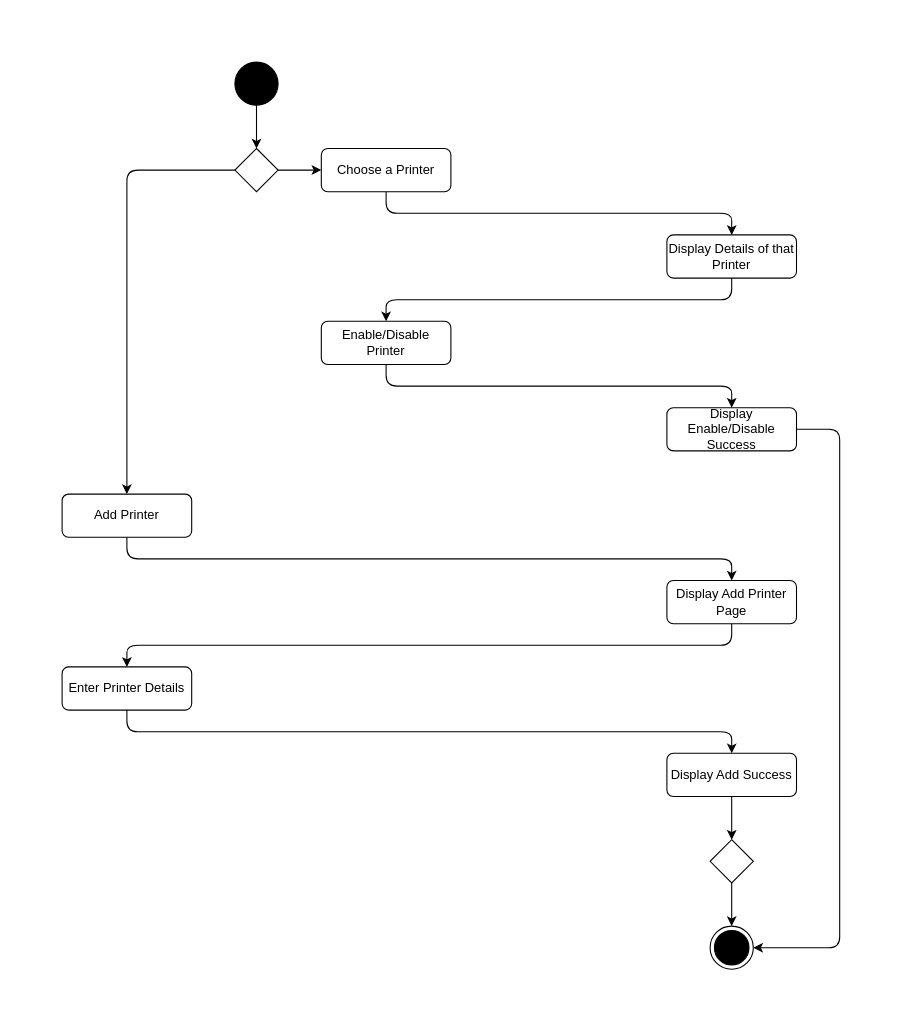
This is page "Printer Manage" (3 of 5) of Diagrams/activity.drawio from TitaniumBull224/se-ssps, a draw.io file, before an edit. Source tidied: cells renumbered, new cells numbered last; positions are measured from the earlier drawing's top-left corner, leaving out a move shared by most shapes. Both pictures are drawn from the tidied source at 108%, with x=0, y=0 at pixel (62, 62).
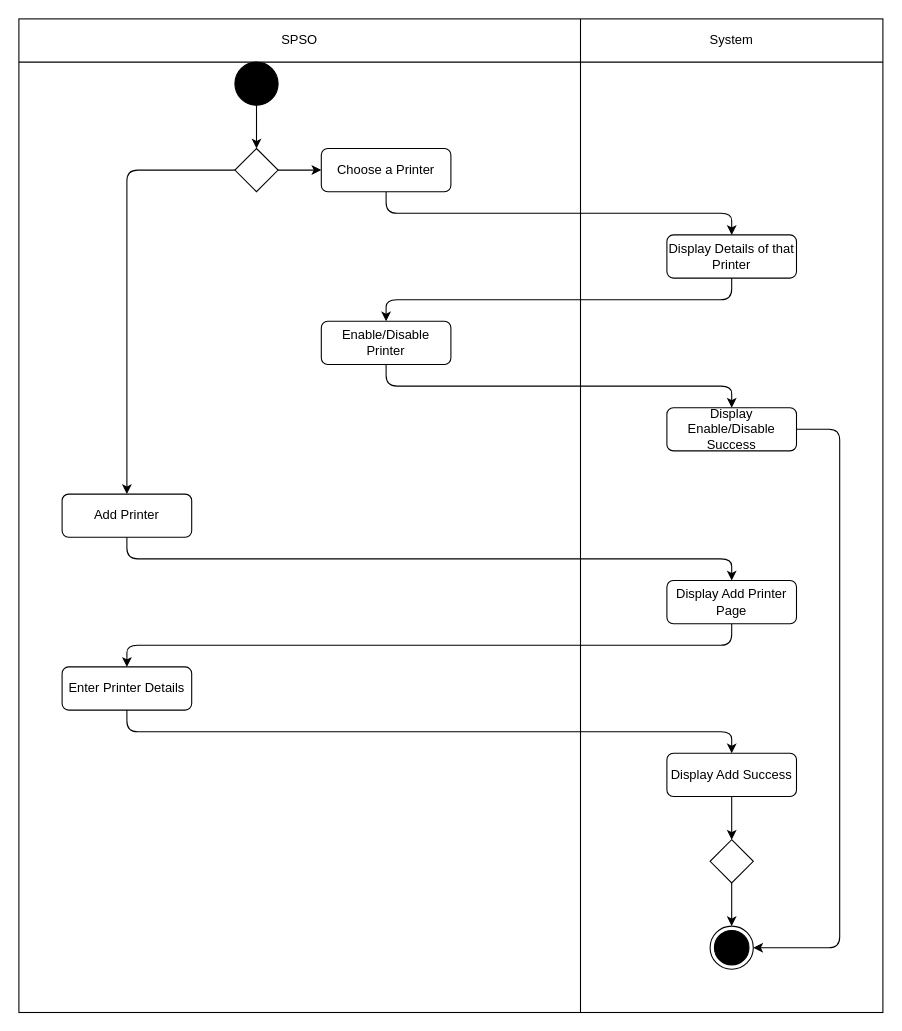
Above is the later version.

The edit, as a diff of the source:
```diff
@@
+    <mxCell id="26" style="shape=internalStorage;whiteSpace=wrap;html=1;backgroundOutline=1;fillColor=none;dx=520;dy=40;" parent="1" vertex="1">
+      <mxGeometry x="-40" y="-40" width="800" height="920" as="geometry" />
+    </mxCell>
+    <mxCell id="27" value="SPSO" style="text;html=1;strokeColor=none;fillColor=none;align=center;verticalAlign=middle;whiteSpace=wrap;rounded=0;" parent="1" vertex="1">
+      <mxGeometry x="160" y="-40" width="120" height="40" as="geometry" />
+    </mxCell>
+    <mxCell id="28" value="System" style="text;html=1;strokeColor=none;fillColor=none;align=center;verticalAlign=middle;whiteSpace=wrap;rounded=0;" parent="1" vertex="1">
+      <mxGeometry x="560" y="-40" width="120" height="40" as="geometry" />
+    </mxCell>
```
